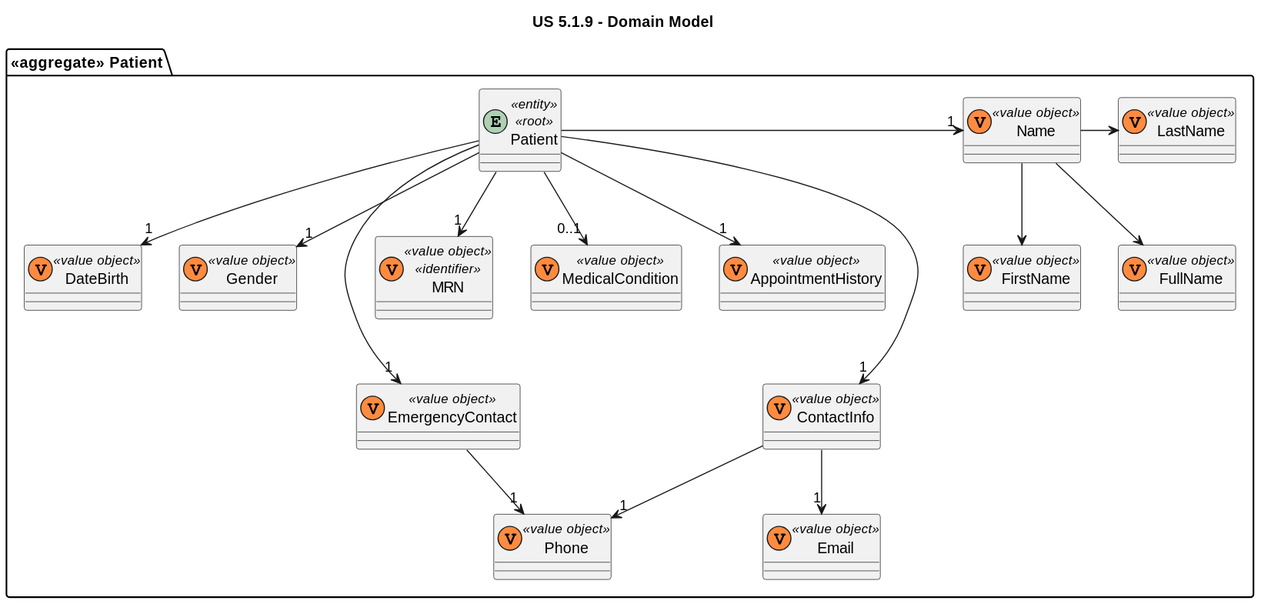
Before: docs/sprint-1/1221933/us-5.1.9/diagrams/dm/us-5.1.9-dm.svg, a diagram exported from PlantUML (rita-barbosa/LAPR5-2425). Source of this version:
```plantuml
@startuml

title "US 5.1.9 - Domain Model"

package "<<aggregate>> Patient" {
    entity Patient <<entity>> <<root>> {}
    class DateBirth <<(V,#FF8B40)value object>> {}
    class Gender <<(V,#FF8B40)value object>> {}
    class EmergencyContact <<(V,#FF8B40)value object>> {}
    class MRN <<(V,#FF8B40)value object>> <<identifier>> {}
    class MedicalCondition <<(V,#FF8B40)value object>> {}
    class AppointmentHistory <<(V,#FF8B40)value object>> {}
    class Name <<(V,#FF8B40)value object>> {}
    class FirstName <<(V,#FF8B40)value object>> {}
    class LastName <<(V,#FF8B40)value object>> {}
    class FullName <<(V,#FF8B40)value object>> {}
    class ContactInfo <<(V,#FF8B40)value object>> {}
    class Phone <<(V,#FF8B40)value object>> {}
    class Email <<(V,#FF8B40)value object>> {}
}


Name --> FirstName
Name -> LastName
Name --> FullName

Patient -> "1" Name
Patient --> "1" DateBirth
Patient --> "1" Gender
Patient ---> "1" ContactInfo
Patient ---> "1" EmergencyContact
Patient --> "1" MRN
Patient --> "0..1" MedicalCondition
Patient --> "1" AppointmentHistory

ContactInfo --> "1" Email
ContactInfo --> "1" Phone

EmergencyContact --> "1" Phone
@enduml
```
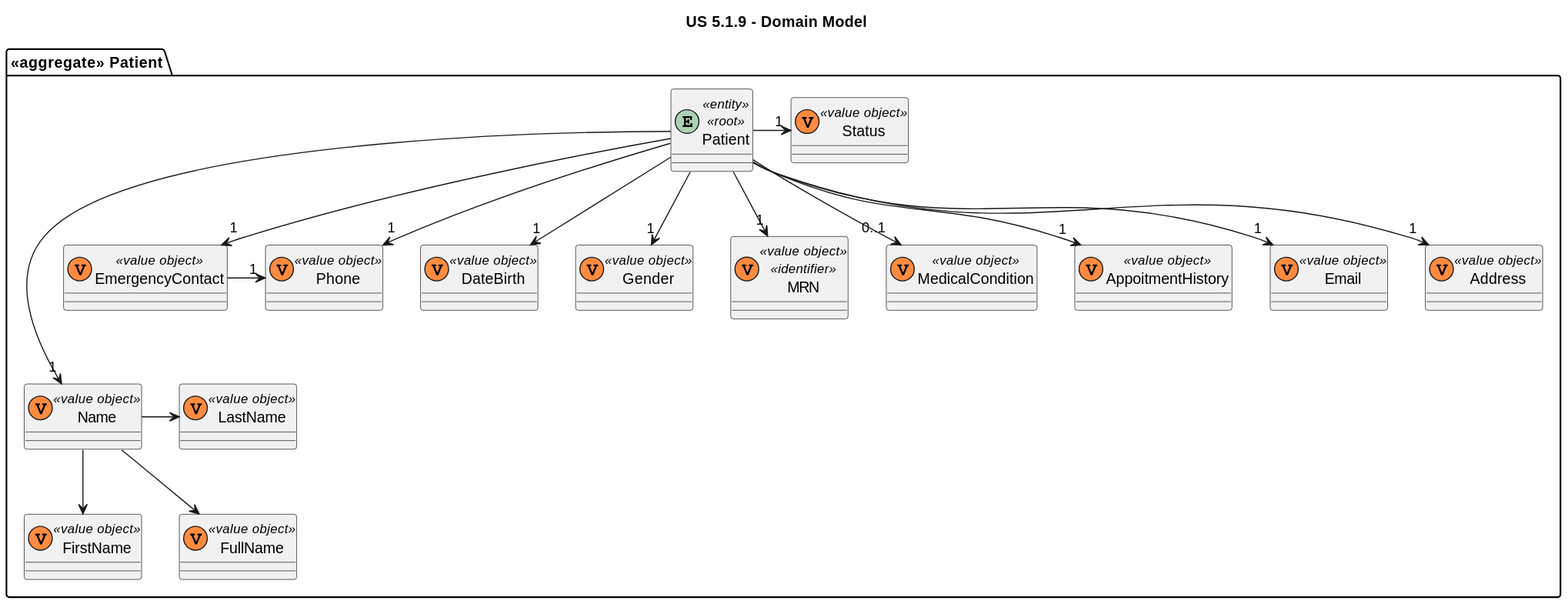
Later version of the same file.

Diff of the diagram source:
```diff
@@ -9,14 +9,15 @@
     class EmergencyContact <<(V,#FF8B40)value object>> {}
     class MRN <<(V,#FF8B40)value object>> <<identifier>> {}
     class MedicalCondition <<(V,#FF8B40)value object>> {}
-    class AppointmentHistory <<(V,#FF8B40)value object>> {}
+    class AppoitmentHistory <<(V,#FF8B40)value object>> {}
     class Name <<(V,#FF8B40)value object>> {}
     class FirstName <<(V,#FF8B40)value object>> {}
     class LastName <<(V,#FF8B40)value object>> {}
     class FullName <<(V,#FF8B40)value object>> {}
-    class ContactInfo <<(V,#FF8B40)value object>> {}
     class Phone <<(V,#FF8B40)value object>> {}
     class Email <<(V,#FF8B40)value object>> {}
+    class Address <<(V,#FF8B40)value object>> {}
+    class Status <<(V,#FF8B40)value object>> {}
 }
 
 
@@ -24,17 +25,16 @@
 Name -> LastName
 Name --> FullName
 
-Patient -> "1" Name
+Patient -> "1" Status
+Patient ---> "1" Name
 Patient --> "1" DateBirth
 Patient --> "1" Gender
-Patient ---> "1" ContactInfo
-Patient ---> "1" EmergencyContact
+Patient --> "1" EmergencyContact
 Patient --> "1" MRN
 Patient --> "0..1" MedicalCondition
-Patient --> "1" AppointmentHistory
-
-ContactInfo --> "1" Email
-ContactInfo --> "1" Phone
-
-EmergencyContact --> "1" Phone
+Patient --> "1" AppoitmentHistory
+Patient --> "1" Email
+Patient -> "1" Phone
+Patient --> "1" Address
+EmergencyContact -> "1" Phone
 @enduml
```
